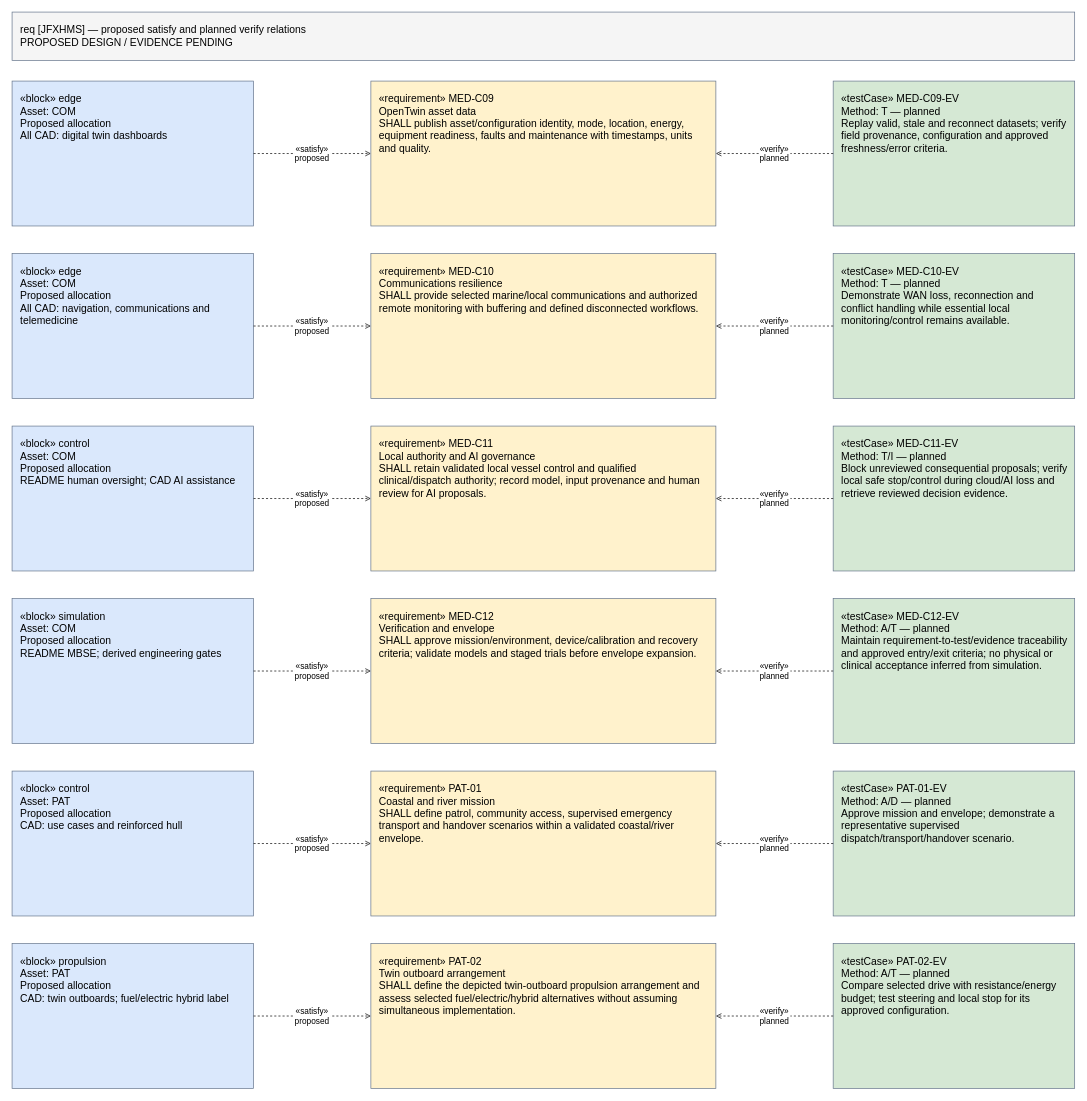
Earlier version of the draw.io diagram page "08 REQ — allocation 19–24" (8 of 12) of MBSE/CAS/Drawio/JFXHMS_High_Level_SysML.drawio (robotics-intelligent-systems/jfxhms). Source tidied: cells renumbered, new cells numbered last; positions are measured from the earlier drawing's top-left corner, leaving out a move shared by most shapes. Both pictures are drawn from the tidied source at 69%, with x=0, y=0 at pixel (12, 12).
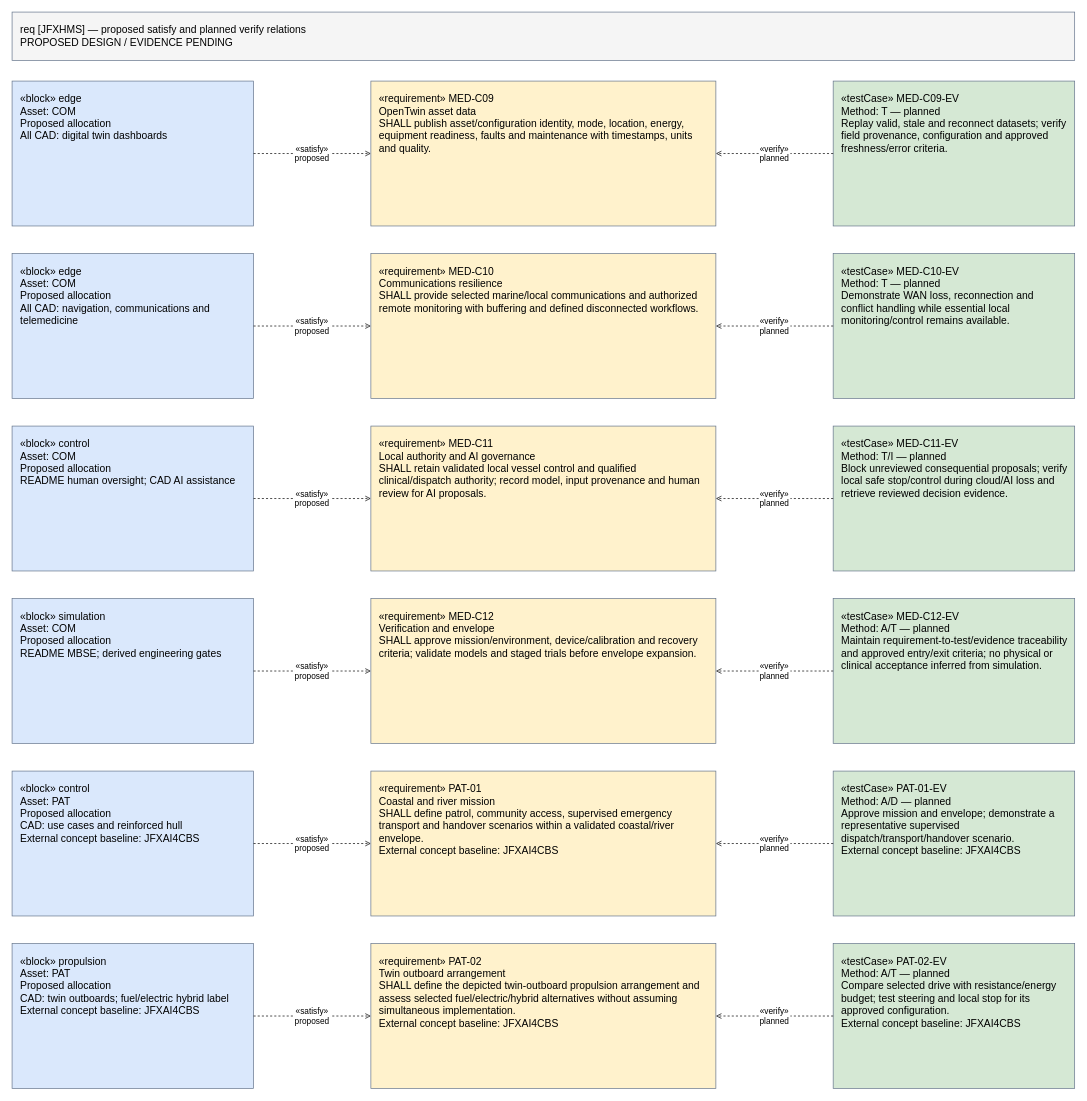
The same page after the edit.

Commit message (it also covers changes not shown here):
docs: align patrol boat and hydrogen-electric helicopter migration to JFXAI4CBS

Change to the diagram source:
```diff
@@
-    <mxCell id="23" value="«block» control&#10;Asset: PAT&#10;Proposed allocation&#10;CAD: use cases and reinforced hull" style="rounded=0;whiteSpace=wrap;html=0;fillColor=#dae8fc;strokeColor=#64748b;fontSize=15;align=left;verticalAlign=top;spacing=12;" parent="1" vertex="1">
+    <mxCell id="23" value="«block» control&#10;Asset: PAT&#10;Proposed allocation&#10;CAD: use cases and reinforced hull&#10;External concept baseline: JFXAI4CBS" style="rounded=0;whiteSpace=wrap;html=0;fillColor=#dae8fc;strokeColor=#64748b;fontSize=15;align=left;verticalAlign=top;spacing=12;" parent="1" vertex="1">
       <mxGeometry y="1100" width="350" height="210" as="geometry" />
     </mxCell>
-    <mxCell id="24" value="«requirement» PAT-01&#10;Coastal and river mission&#10;SHALL define patrol, community access, supervised emergency transport and handover scenarios within a validated coastal/river envelope." style="rounded=0;whiteSpace=wrap;html=0;fillColor=#fff2cc;strokeColor=#64748b;fontSize=15;align=left;verticalAlign=top;spacing=12;" parent="1" vertex="1">
+    <mxCell id="24" value="«requirement» PAT-01&#10;Coastal and river mission&#10;SHALL define patrol, community access, supervised emergency transport and handover scenarios within a validated coastal/river envelope.&#10;External concept baseline: JFXAI4CBS" style="rounded=0;whiteSpace=wrap;html=0;fillColor=#fff2cc;strokeColor=#64748b;fontSize=15;align=left;verticalAlign=top;spacing=12;" parent="1" vertex="1">
       <mxGeometry x="520" y="1100" width="500" height="210" as="geometry" />
     </mxCell>
-    <mxCell id="25" value="«testCase» PAT-01-EV&#10;Method: A/D — planned&#10;Approve mission and envelope; demonstrate a representative supervised dispatch/transport/handover scenario." style="rounded=0;whiteSpace=wrap;html=0;fillColor=#d5e8d4;strokeColor=#64748b;fontSize=15;align=left;verticalAlign=top;spacing=12;" parent="1" vertex="1">
+    <mxCell id="25" value="«testCase» PAT-01-EV&#10;Method: A/D — planned&#10;Approve mission and envelope; demonstrate a representative supervised dispatch/transport/handover scenario.&#10;External concept baseline: JFXAI4CBS" style="rounded=0;whiteSpace=wrap;html=0;fillColor=#d5e8d4;strokeColor=#64748b;fontSize=15;align=left;verticalAlign=top;spacing=12;" parent="1" vertex="1">
       <mxGeometry x="1190" y="1100" width="350" height="210" as="geometry" />
     </mxCell>
@@
-    <mxCell id="28" value="«block» propulsion&#10;Asset: PAT&#10;Proposed allocation&#10;CAD: twin outboards; fuel/electric hybrid label" style="rounded=0;whiteSpace=wrap;html=0;fillColor=#dae8fc;strokeColor=#64748b;fontSize=15;align=left;verticalAlign=top;spacing=12;" parent="1" vertex="1">
+    <mxCell id="28" value="«block» propulsion&#10;Asset: PAT&#10;Proposed allocation&#10;CAD: twin outboards; fuel/electric hybrid label&#10;External concept baseline: JFXAI4CBS" style="rounded=0;whiteSpace=wrap;html=0;fillColor=#dae8fc;strokeColor=#64748b;fontSize=15;align=left;verticalAlign=top;spacing=12;" parent="1" vertex="1">
       <mxGeometry y="1350" width="350" height="210" as="geometry" />
     </mxCell>
-    <mxCell id="29" value="«requirement» PAT-02&#10;Twin outboard arrangement&#10;SHALL define the depicted twin-outboard propulsion arrangement and assess selected fuel/electric/hybrid alternatives without assuming simultaneous implementation." style="rounded=0;whiteSpace=wrap;html=0;fillColor=#fff2cc;strokeColor=#64748b;fontSize=15;align=left;verticalAlign=top;spacing=12;" parent="1" vertex="1">
+    <mxCell id="29" value="«requirement» PAT-02&#10;Twin outboard arrangement&#10;SHALL define the depicted twin-outboard propulsion arrangement and assess selected fuel/electric/hybrid alternatives without assuming simultaneous implementation.&#10;External concept baseline: JFXAI4CBS" style="rounded=0;whiteSpace=wrap;html=0;fillColor=#fff2cc;strokeColor=#64748b;fontSize=15;align=left;verticalAlign=top;spacing=12;" parent="1" vertex="1">
       <mxGeometry x="520" y="1350" width="500" height="210" as="geometry" />
     </mxCell>
-    <mxCell id="30" value="«testCase» PAT-02-EV&#10;Method: A/T — planned&#10;Compare selected drive with resistance/energy budget; test steering and local stop for its approved configuration." style="rounded=0;whiteSpace=wrap;html=0;fillColor=#d5e8d4;strokeColor=#64748b;fontSize=15;align=left;verticalAlign=top;spacing=12;" parent="1" vertex="1">
+    <mxCell id="30" value="«testCase» PAT-02-EV&#10;Method: A/T — planned&#10;Compare selected drive with resistance/energy budget; test steering and local stop for its approved configuration.&#10;External concept baseline: JFXAI4CBS" style="rounded=0;whiteSpace=wrap;html=0;fillColor=#d5e8d4;strokeColor=#64748b;fontSize=15;align=left;verticalAlign=top;spacing=12;" parent="1" vertex="1">
       <mxGeometry x="1190" y="1350" width="350" height="210" as="geometry" />
     </mxCell>
```
